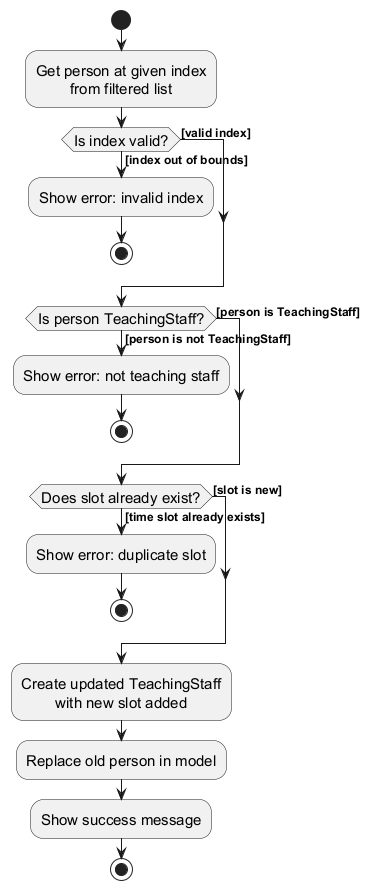
Above: docs/images/TutorSlotActivityDiagram.png in EOKwingster/tp (PlantUML), before the change. Its diagram source:
```plantuml
@startuml
!include ../style.puml
skinparam ActivityFontSize 15
skinparam ArrowFontSize 12

start
:Get person at given index\nfrom filtered list;

if (Is index valid?) then ([index out of bounds])
    :Show error: invalid index;
    stop
else ([valid index])
endif

if (Is person TeachingStaff?) then ([person is not TeachingStaff])
    :Show error: not teaching staff;
    stop
else ([person is TeachingStaff])
endif

if (Does slot already exist?) then ([time slot already exists])
    :Show error: duplicate slot;
    stop
else ([slot is new])
endif

:Create updated TeachingStaff\nwith new slot added;
:Replace old person in model;
:Show success message;

stop
@enduml
```
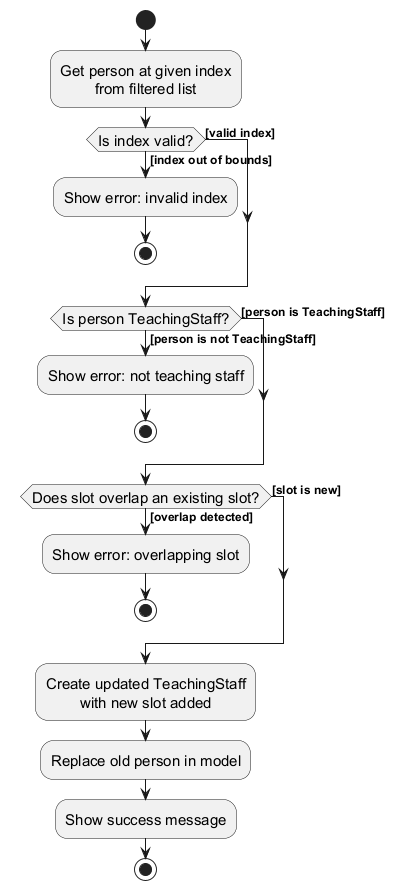
The same file after the commit.

Diff of the diagram source:
```diff
@@ -18,8 +18,8 @@
 else ([person is TeachingStaff])
 endif
 
-if (Does slot already exist?) then ([time slot already exists])
-    :Show error: duplicate slot;
+if (Does slot overlap an existing slot?) then ([overlap detected])
+    :Show error: overlapping slot;
     stop
 else ([slot is new])
 endif
```
